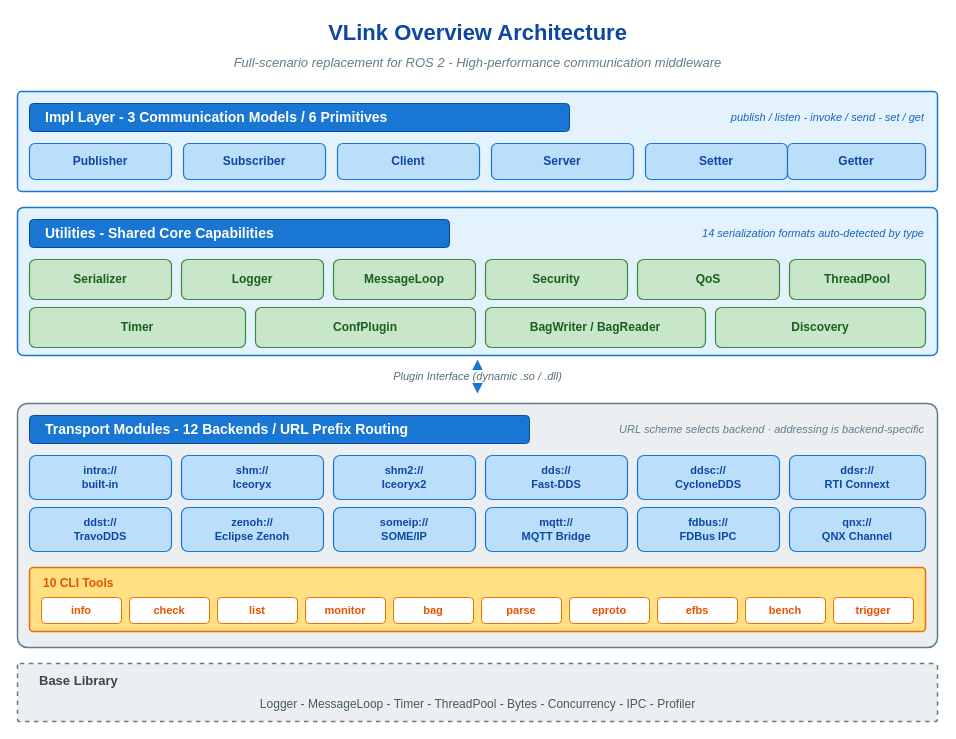
Earlier version of the draw.io diagram doc/images/overview-architecture.drawio (thun-res/vlink). Source tidied: cells renumbered, new cells numbered last; positions are measured from the earlier drawing's top-left corner, leaving out a move shared by most shapes. Both pictures are drawn from the tidied source at 100%, with x=0, y=0 at pixel (17, 17).
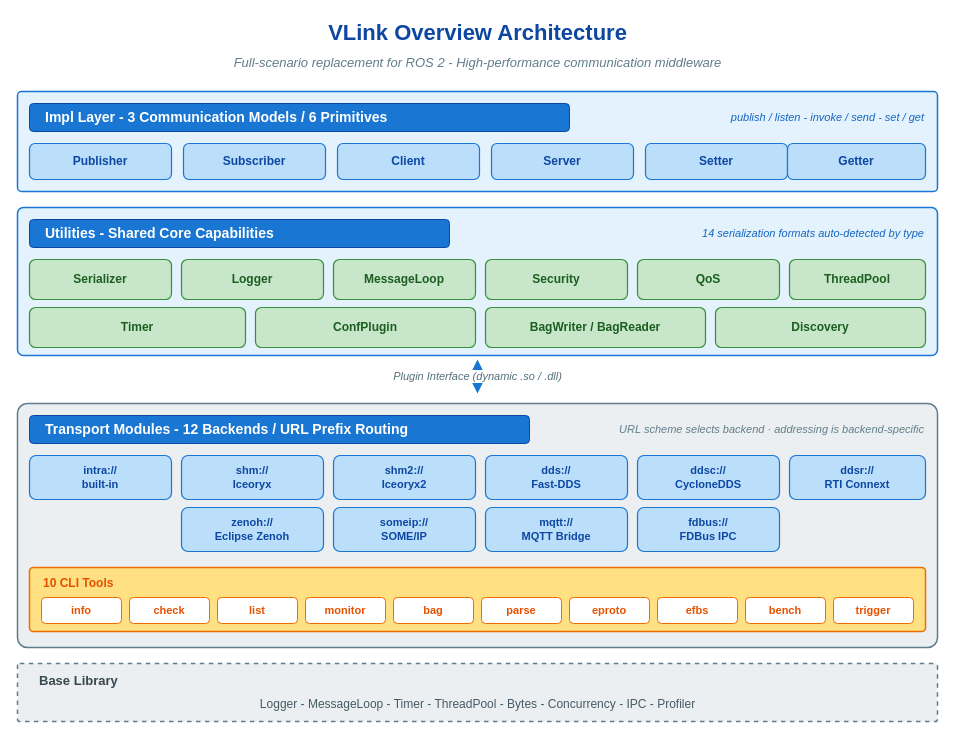
The same page after the edit.

What changed in the source:
```diff
@@
-    <mxCell id="36" value="ddst://&#10;TravoDDS" style="rounded=1;whiteSpace=wrap;html=1;fillColor=#bbdefb;strokeColor=#1976d2;strokeWidth=1.2;fontFamily=Helvetica;fontSize=11;fontStyle=1;fontColor=#0d47a1;align=center;shadow=0;" parent="1" vertex="1">
-      <mxGeometry x="12" y="490" width="142" height="44" as="geometry" />
-    </mxCell>
@@
-    <mxCell id="41" value="qnx://&#10;QNX Channel" style="rounded=1;whiteSpace=wrap;html=1;fillColor=#bbdefb;strokeColor=#1976d2;strokeWidth=1.2;fontFamily=Helvetica;fontSize=11;fontStyle=1;fontColor=#0d47a1;align=center;shadow=0;" parent="1" vertex="1">
-      <mxGeometry x="772" y="490" width="136" height="44" as="geometry" />
-    </mxCell>
```
